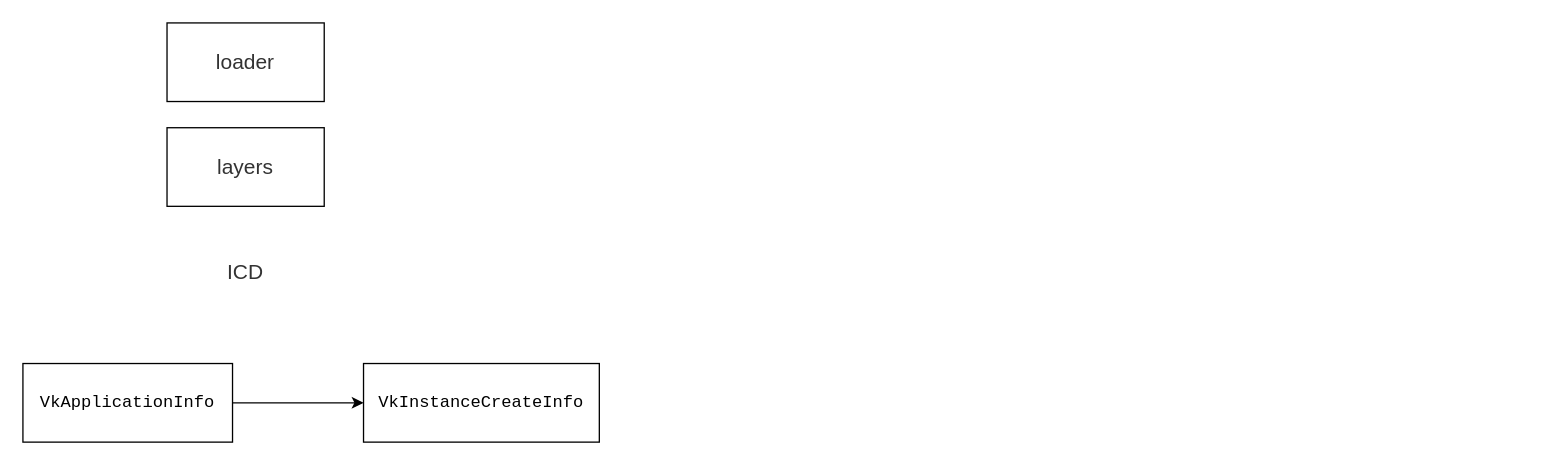
Earlier version of the draw.io diagram vulkan.drawio (loleng/mediatools). Source tidied: cells renumbered, new cells numbered last; positions are measured from the earlier drawing's top-left corner, leaving out a move shared by most shapes. Both pictures are drawn from the tidied source at 131%, with x=0, y=0 at pixel (22, 22).
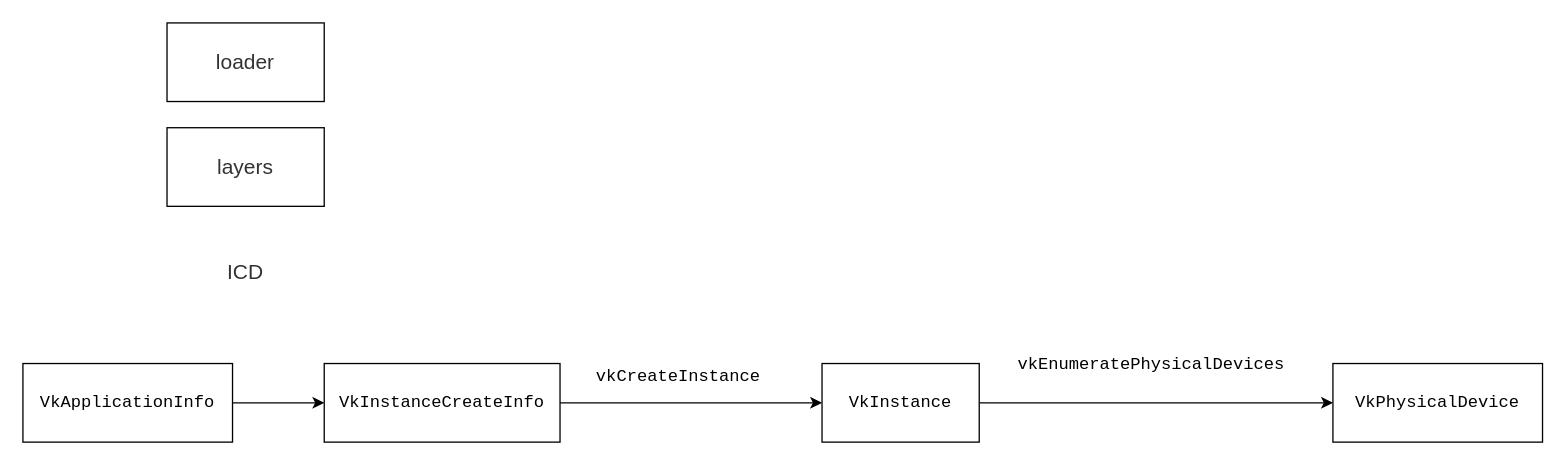
Above is the later version.

What changed in the source:
```diff
@@
 <mxGraphModel>
   <root>
     <mxCell id="0" />
     <mxCell id="1" parent="0" />
     <mxCell id="2" value="&lt;span style=&quot;color: rgb(51 , 51 , 51) ; font-family: , &amp;#34;sf ui text&amp;#34; , &amp;#34;arial&amp;#34; , &amp;#34;pingfang sc&amp;#34; , &amp;#34;hiragino sans gb&amp;#34; , &amp;#34;microsoft yahei&amp;#34; , &amp;#34;wenquanyi micro hei&amp;#34; , sans-serif , &amp;#34;simhei&amp;#34; , &amp;#34;simsun&amp;#34; ; font-size: 16px ; background-color: rgb(255 , 255 , 255)&quot;&gt;loader&lt;/span&gt;" style="whiteSpace=wrap;html=1;" parent="1" vertex="1">
       <mxGeometry x="110" width="120" height="60" as="geometry" />
     </mxCell>
     <mxCell id="3" value="&lt;span style=&quot;color: rgb(51 , 51 , 51) ; font-family: , &amp;#34;sf ui text&amp;#34; , &amp;#34;arial&amp;#34; , &amp;#34;pingfang sc&amp;#34; , &amp;#34;hiragino sans gb&amp;#34; , &amp;#34;microsoft yahei&amp;#34; , &amp;#34;wenquanyi micro hei&amp;#34; , sans-serif , &amp;#34;simhei&amp;#34; , &amp;#34;simsun&amp;#34; ; font-size: 16px ; background-color: rgb(255 , 255 , 255)&quot;&gt;layers&lt;/span&gt;" style="whiteSpace=wrap;html=1;" parent="1" vertex="1">
       <mxGeometry x="110" y="80" width="120" height="60" as="geometry" />
     </mxCell>
     <mxCell id="4" value="&lt;span style=&quot;color: rgb(51 , 51 , 51) ; font-family: , &amp;#34;sf ui text&amp;#34; , &amp;#34;arial&amp;#34; , &amp;#34;pingfang sc&amp;#34; , &amp;#34;hiragino sans gb&amp;#34; , &amp;#34;microsoft yahei&amp;#34; , &amp;#34;wenquanyi micro hei&amp;#34; , sans-serif , &amp;#34;simhei&amp;#34; , &amp;#34;simsun&amp;#34; ; font-size: 16px ; background-color: rgb(255 , 255 , 255)&quot;&gt;ICD&lt;/span&gt;" style="whiteSpace=wrap;html=1;strokeColor=#FFFFFF;" parent="1" vertex="1">
       <mxGeometry x="110" y="160" width="120" height="60" as="geometry" />
     </mxCell>
     <mxCell id="5" style="edgeStyle=orthogonalEdgeStyle;rounded=0;jettySize=auto;html=1;fontColor=#000000;" parent="1" edge="1" source="6" target="7">
       <mxGeometry relative="1" as="geometry" />
     </mxCell>
     <mxCell id="6" value="&lt;pre style=&quot;font-family: &amp;quot;jetbrains mono&amp;quot;, monospace; font-size: 9.8pt;&quot;&gt;&lt;span style=&quot;&quot;&gt;VkApplicationInfo&lt;/span&gt;&lt;/pre&gt;" style="whiteSpace=wrap;html=1;fillColor=#FFFFFF;fontColor=#000000;labelBackgroundColor=default;" parent="1" vertex="1">
       <mxGeometry y="260" width="160" height="60" as="geometry" />
     </mxCell>
+    <mxCell id="8" value="&lt;pre style=&quot;font-family: &amp;#34;jetbrains mono&amp;#34; , monospace ; font-size: 9.8pt&quot;&gt;&lt;br&gt;&lt;/pre&gt;" style="edgeStyle=orthogonalEdgeStyle;rounded=0;jettySize=auto;html=1;fontColor=#000000;" parent="1" edge="1" source="7" target="11">
+      <mxGeometry relative="1" as="geometry" />
+    </mxCell>
     <mxCell id="7" value="&lt;pre style=&quot;font-family: &amp;quot;jetbrains mono&amp;quot;, monospace; font-size: 9.8pt;&quot;&gt;&lt;span style=&quot;&quot;&gt;VkInstanceCreateInfo&lt;/span&gt;&lt;/pre&gt;" style="whiteSpace=wrap;html=1;fontColor=#000000;fillColor=#FFFFFF;labelBackgroundColor=#FFFFFF;" parent="1" vertex="1">
-      <mxGeometry x="260" y="260" width="180" height="60" as="geometry" />
+      <mxGeometry x="230" y="260" width="180" height="60" as="geometry" />
     </mxCell>
+    <mxCell id="9" style="edgeStyle=orthogonalEdgeStyle;rounded=0;jettySize=auto;html=1;fontColor=#000000;" parent="1" edge="1" source="11" target="13">
+      <mxGeometry relative="1" as="geometry" />
+    </mxCell>
+    <mxCell id="10" value="&lt;pre style=&quot;font-family: &amp;quot;jetbrains mono&amp;quot;, monospace; font-size: 9.8pt;&quot;&gt;vkEnumeratePhysicalDevices&lt;/pre&gt;" style="edgeLabel;html=1;align=center;verticalAlign=middle;fontColor=#000000;labelBackgroundColor=#FFFFFF;" parent="9" vertex="1">
+      <mxGeometry x="-0.05" y="-2" relative="1" as="geometry">
+        <mxPoint x="2" y="-32" as="offset" />
+      </mxGeometry>
+    </mxCell>
+    <mxCell id="11" value="&lt;pre style=&quot;font-family: &amp;quot;jetbrains mono&amp;quot;, monospace; font-size: 9.8pt;&quot;&gt;&lt;span style=&quot;&quot;&gt;VkInstance&lt;/span&gt;&lt;/pre&gt;" style="whiteSpace=wrap;html=1;fontColor=#000000;fillColor=#FFFFFF;labelBackgroundColor=#FFFFFF;" parent="1" vertex="1">
+      <mxGeometry x="610" y="260" width="120" height="60" as="geometry" />
+    </mxCell>
+    <mxCell id="12" value="&lt;pre style=&quot;font-family: &amp;#34;jetbrains mono&amp;#34; , monospace ; font-size: 9.8pt&quot;&gt;&lt;br&gt;&lt;/pre&gt;" style="text;html=1;align=center;verticalAlign=middle;strokeColor=none;fillColor=none;fontColor=#000000;labelBackgroundColor=default;" parent="1" vertex="1">
+      <mxGeometry x="450" y="255" width="20" height="50" as="geometry" />
+    </mxCell>
+    <mxCell id="13" value="&lt;pre style=&quot;font-family: &amp;quot;jetbrains mono&amp;quot;, monospace; font-size: 9.8pt;&quot;&gt;&lt;span style=&quot;&quot;&gt;VkPhysicalDevice&lt;/span&gt;&lt;/pre&gt;" style="whiteSpace=wrap;html=1;fontColor=#000000;fillColor=#FFFFFF;labelBackgroundColor=#FFFFFF;" parent="1" vertex="1">
+      <mxGeometry x="1000" y="260" width="160" height="60" as="geometry" />
+    </mxCell>
+    <mxCell id="14" value="&lt;pre style=&quot;font-family: &amp;#34;jetbrains mono&amp;#34; , monospace ; font-size: 9.8pt&quot;&gt;vkCreateInstance&lt;/pre&gt;" style="text;html=1;align=center;verticalAlign=middle;strokeColor=none;fillColor=none;fontColor=#000000;" parent="1" vertex="1">
+      <mxGeometry x="430" y="245" width="140" height="50" as="geometry" />
+    </mxCell>
   </root>
 </mxGraphModel>
```
